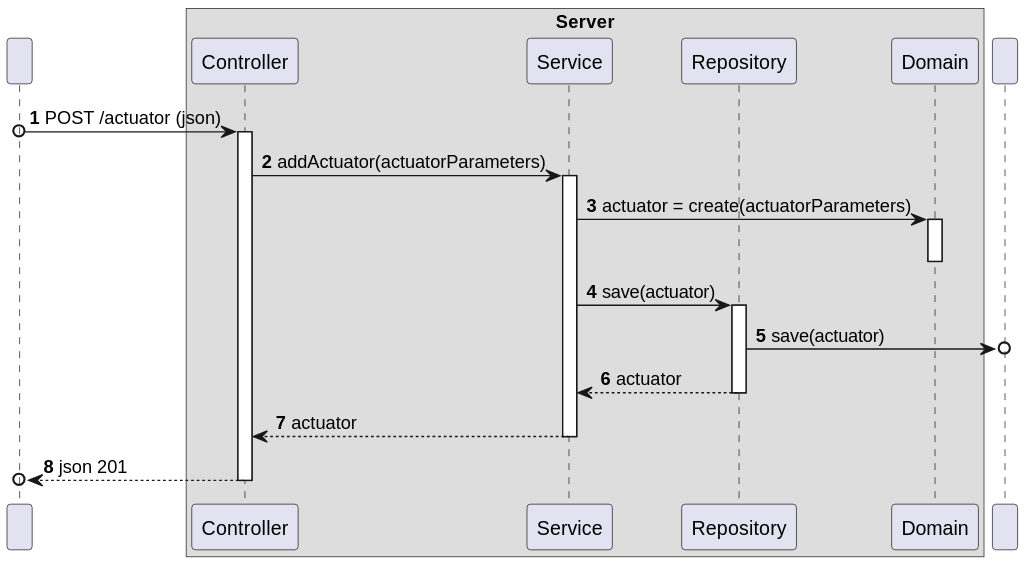
Above: docs/C4_4plus1_models/Level4/ProcessView/ProcessViewLevel4_UC10_v1.svg in moutajDev/smarthome (PlantUML), before the change.
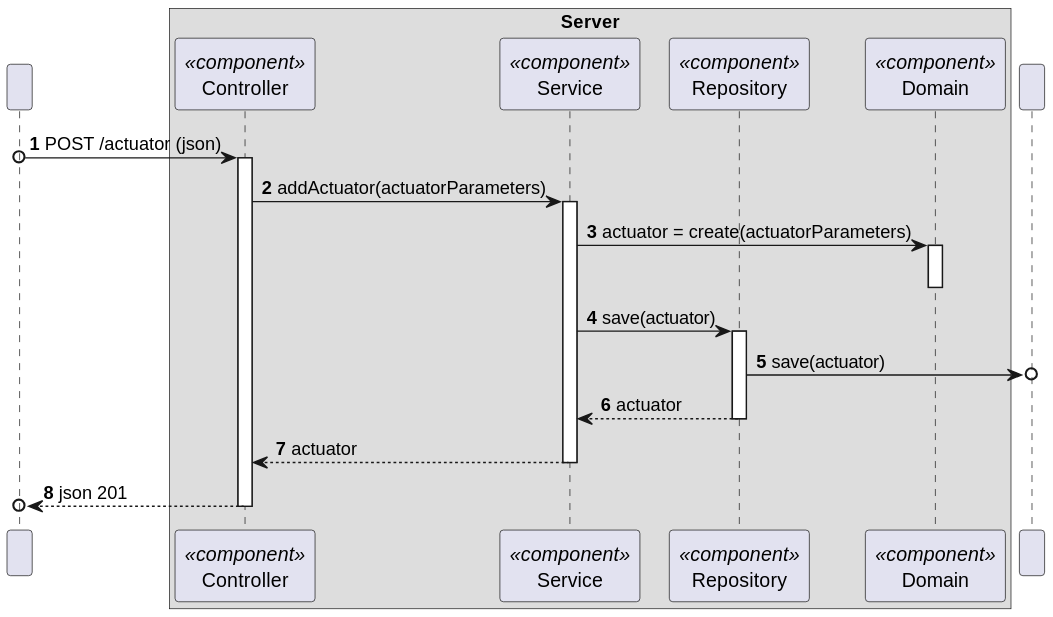
The same file after the commit.

Diff of the diagram source:
```diff
@@ -6,12 +6,11 @@
 participant " " as User
 
 box "Server"
-    participant "Controller" as Controller
-    participant "Service" as Service
-    participant "Repository" as Repo
-    participant "Domain" as Domain
+    participant "Controller" as Controller <<component>>
+    participant "Service" as Service<<component>>
+    participant "Repository" as Repo<<component>>
+    participant "Domain" as Domain<<component>>
 end box
-
     participant " " as BD
 
 User o-> Controller : POST /actuator (json)
```
